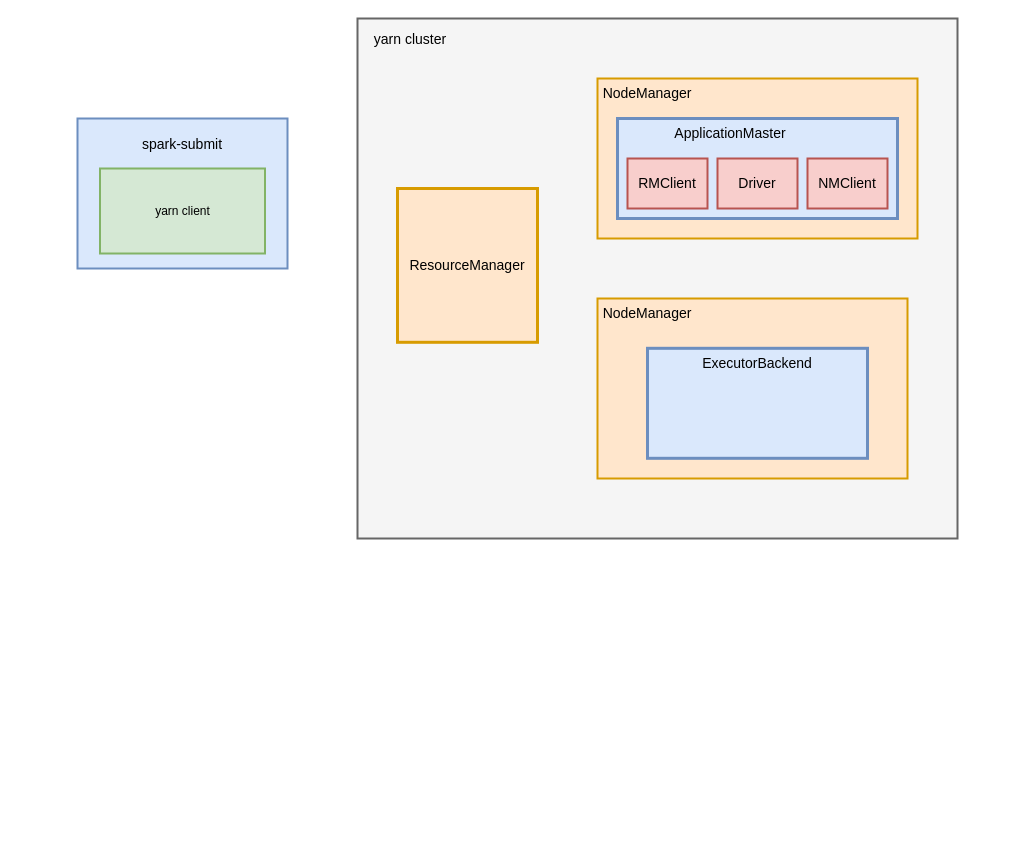
Above: spark-cluster模式任务提交流程.drawio in wroldchinalee/drawio (draw.io), before the change. Source tidied: cells renumbered, new cells numbered last; positions are measured from the earlier drawing's top-left corner, leaving out a move shared by most shapes. Both pictures are drawn from the tidied source at 100%, with x=0, y=0 at pixel (77, 18).
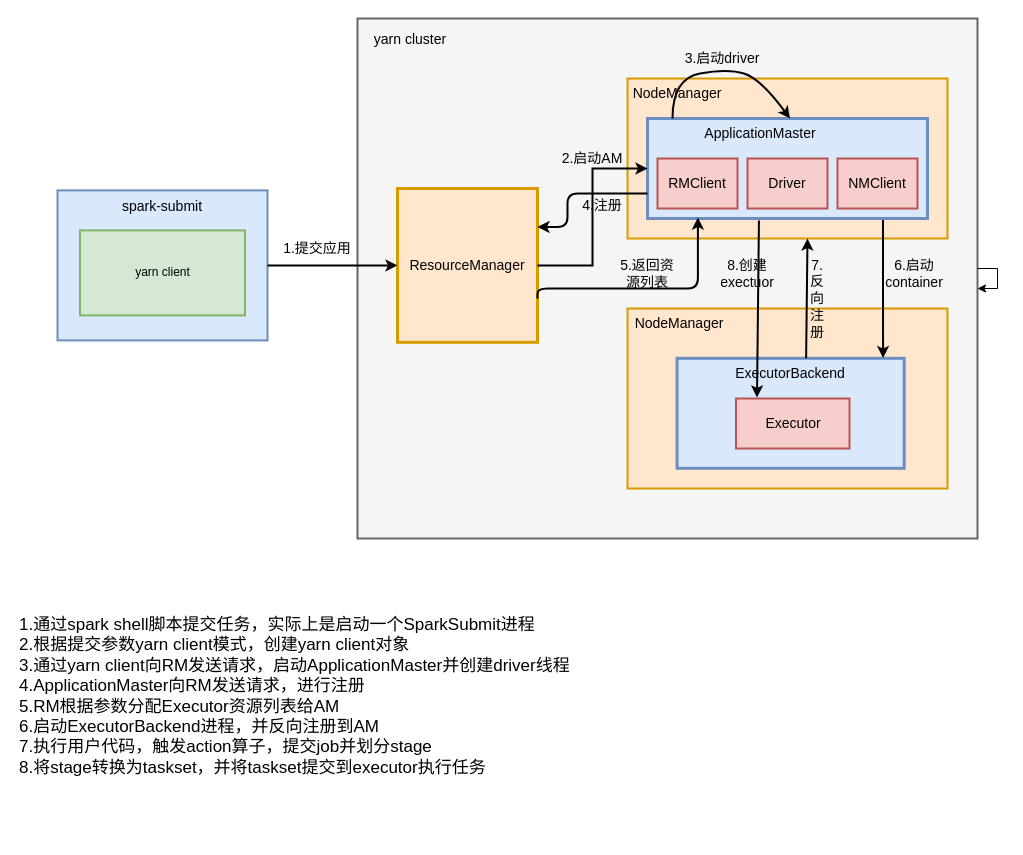
The same diagram, later.

Commit message:
更新spark-cluster模式任务提交流程.drawio

What changed in the source:
```diff
@@
+    <mxCell id="5" style="rounded=0;whiteSpace=wrap;html=1;strokeWidth=2;fillColor=#f5f5f5;fontColor=#333333;strokeColor=#666666;" parent="1" vertex="1">
+      <mxGeometry x="280" width="620" height="520" as="geometry" />
+    </mxCell>
+    <mxCell id="6" value="&lt;font style=&quot;font-size: 14px;&quot;&gt;yarn cluster&lt;/font&gt;" style="text;html=1;strokeColor=none;fillColor=none;align=center;verticalAlign=middle;whiteSpace=wrap;rounded=0;strokeWidth=2;" parent="1" vertex="1">
+      <mxGeometry x="288" y="6" width="90" height="30" as="geometry" />
+    </mxCell>
+    <mxCell id="9" value="ResourceManager" style="rounded=0;whiteSpace=wrap;html=1;strokeWidth=3;fontSize=14;fillColor=#ffe6cc;strokeColor=#d79b00;" parent="1" vertex="1">
+      <mxGeometry x="320" y="170" width="140" height="153.8" as="geometry" />
+    </mxCell>
+    <mxCell id="19" style="group;" parent="1" vertex="1">
+      <mxGeometry x="-20" y="171.9" width="210" height="150" as="geometry" />
+    </mxCell>
-    <mxCell id="2" style="rounded=0;whiteSpace=wrap;html=1;fillColor=#dae8fc;strokeColor=#6c8ebf;strokeWidth=2;" parent="1" vertex="1">
-      <mxGeometry y="100" width="210" height="150" as="geometry" />
+    <mxCell id="2" style="rounded=0;whiteSpace=wrap;html=1;fillColor=#dae8fc;strokeColor=#6c8ebf;strokeWidth=2;" parent="19" vertex="1">
+      <mxGeometry width="210" height="150" as="geometry" />
     </mxCell>
-    <mxCell id="3" value="&lt;font style=&quot;font-size: 14px;&quot;&gt;spark-submit&lt;/font&gt;" style="text;html=1;strokeColor=none;fillColor=none;align=center;verticalAlign=middle;whiteSpace=wrap;rounded=0;strokeWidth=2;" parent="1" vertex="1">
-      <mxGeometry x="60" y="116" width="90" height="20" as="geometry" />
+    <mxCell id="3" value="&lt;font style=&quot;font-size: 14px;&quot;&gt;spark-submit&lt;/font&gt;" style="text;html=1;strokeColor=none;fillColor=none;align=center;verticalAlign=middle;whiteSpace=wrap;rounded=0;strokeWidth=2;" parent="19" vertex="1">
+      <mxGeometry x="60" y="6" width="90" height="20" as="geometry" />
     </mxCell>
-    <mxCell id="4" value="yarn client" style="rounded=0;whiteSpace=wrap;html=1;strokeWidth=2;fillColor=#d5e8d4;strokeColor=#82b366;" parent="1" vertex="1">
-      <mxGeometry x="22.5" y="150" width="165" height="85" as="geometry" />
+    <mxCell id="4" value="yarn client" style="rounded=0;whiteSpace=wrap;html=1;strokeWidth=2;fillColor=#d5e8d4;strokeColor=#82b366;" parent="19" vertex="1">
+      <mxGeometry x="22.5" y="40" width="165" height="85" as="geometry" />
     </mxCell>
-    <mxCell id="5" style="rounded=0;whiteSpace=wrap;html=1;strokeWidth=2;fillColor=#f5f5f5;fontColor=#333333;strokeColor=#666666;" parent="1" vertex="1">
-      <mxGeometry x="280" width="600" height="520" as="geometry" />
-    </mxCell>
-    <mxCell id="6" value="&lt;font style=&quot;font-size: 14px;&quot;&gt;yarn cluster&lt;/font&gt;" style="text;html=1;strokeColor=none;fillColor=none;align=center;verticalAlign=middle;whiteSpace=wrap;rounded=0;strokeWidth=2;" parent="1" vertex="1">
-      <mxGeometry x="288" y="6" width="90" height="30" as="geometry" />
-    </mxCell>
+    <mxCell id="20" style="edgeStyle=orthogonalEdgeStyle;rounded=0;jettySize=auto;html=1;fontSize=14;strokeWidth=2;" parent="1" edge="1" source="2" target="9">
+      <mxGeometry relative="1" as="geometry" />
+    </mxCell>
+    <mxCell id="21" style="edgeStyle=orthogonalEdgeStyle;rounded=0;orthogonalLoop=1;jettySize=auto;html=1;fontSize=14;" parent="1" edge="1" source="5" target="5">
+      <mxGeometry relative="1" as="geometry" />
+    </mxCell>
+    <mxCell id="22" value="1.提交应用" style="text;html=1;strokeColor=none;fillColor=none;align=center;verticalAlign=middle;whiteSpace=wrap;rounded=0;strokeWidth=2;fontSize=14;" parent="1" vertex="1">
+      <mxGeometry x="200" y="220" width="80" height="20" as="geometry" />
+    </mxCell>
+    <mxCell id="23" value="2.启动AM" style="text;html=1;strokeColor=none;fillColor=none;align=center;verticalAlign=middle;whiteSpace=wrap;rounded=0;strokeWidth=2;fontSize=14;" parent="1" vertex="1">
+      <mxGeometry x="480" y="125" width="70" height="30" as="geometry" />
+    </mxCell>
+    <mxCell id="24" style="group;" parent="1" vertex="1">
+      <mxGeometry x="550" y="60" width="320" height="160" as="geometry" />
+    </mxCell>
-    <mxCell id="7" style="rounded=0;whiteSpace=wrap;html=1;strokeWidth=2;fontSize=14;fillColor=#ffe6cc;strokeColor=#d79b00;" parent="1" vertex="1">
-      <mxGeometry x="520" y="60" width="320" height="160" as="geometry" />
+    <mxCell id="7" style="rounded=0;whiteSpace=wrap;html=1;strokeWidth=2;fontSize=14;fillColor=#ffe6cc;strokeColor=#d79b00;" parent="24" vertex="1">
+      <mxGeometry width="320" height="160" as="geometry" />
     </mxCell>
-    <mxCell id="8" style="rounded=0;whiteSpace=wrap;html=1;strokeWidth=2;fontSize=14;fillColor=#ffe6cc;strokeColor=#d79b00;" parent="1" vertex="1">
-      <mxGeometry x="520" y="280" width="310" height="180" as="geometry" />
-    </mxCell>
-    <mxCell id="9" value="ResourceManager" style="rounded=0;whiteSpace=wrap;html=1;strokeWidth=3;fontSize=14;fillColor=#ffe6cc;strokeColor=#d79b00;" parent="1" vertex="1">
-      <mxGeometry x="320" y="170" width="140" height="153.8" as="geometry" />
-    </mxCell>
-    <mxCell id="10" value="NodeManager" style="text;html=1;strokeColor=none;fillColor=none;align=center;verticalAlign=middle;whiteSpace=wrap;rounded=0;strokeWidth=3;fontSize=14;" parent="1" vertex="1">
-      <mxGeometry x="540" y="60" width="60" height="30" as="geometry" />
+    <mxCell id="10" value="NodeManager" style="text;html=1;strokeColor=none;fillColor=none;align=center;verticalAlign=middle;whiteSpace=wrap;rounded=0;strokeWidth=3;fontSize=14;" parent="24" vertex="1">
+      <mxGeometry x="20" width="60" height="30" as="geometry" />
     </mxCell>
-    <mxCell id="11" value="NodeManager" style="text;html=1;strokeColor=none;fillColor=none;align=center;verticalAlign=middle;whiteSpace=wrap;rounded=0;strokeWidth=3;fontSize=14;" parent="1" vertex="1">
-      <mxGeometry x="540" y="280" width="60" height="30" as="geometry" />
-    </mxCell>
-    <mxCell id="12" style="rounded=0;whiteSpace=wrap;html=1;strokeWidth=3;fontSize=14;fillColor=#dae8fc;strokeColor=#6c8ebf;" parent="1" vertex="1">
-      <mxGeometry x="540" y="100" width="280" height="100" as="geometry" />
+    <mxCell id="12" style="rounded=0;whiteSpace=wrap;html=1;strokeWidth=3;fontSize=14;fillColor=#dae8fc;strokeColor=#6c8ebf;" parent="24" vertex="1">
+      <mxGeometry x="20" y="40" width="280" height="100" as="geometry" />
     </mxCell>
-    <mxCell id="13" style="rounded=0;whiteSpace=wrap;html=1;strokeWidth=3;fontSize=14;fillColor=#dae8fc;strokeColor=#6c8ebf;" parent="1" vertex="1">
-      <mxGeometry x="570" y="329.8" width="220" height="110" as="geometry" />
-    </mxCell>
-    <mxCell id="14" value="ApplicationMaster" style="text;html=1;strokeColor=none;fillColor=none;align=center;verticalAlign=middle;whiteSpace=wrap;rounded=0;strokeWidth=3;fontSize=14;" parent="1" vertex="1">
-      <mxGeometry x="622.5" y="100" width="60" height="30" as="geometry" />
+    <mxCell id="14" value="ApplicationMaster" style="text;html=1;strokeColor=none;fillColor=none;align=center;verticalAlign=middle;whiteSpace=wrap;rounded=0;strokeWidth=3;fontSize=14;" parent="24" vertex="1">
+      <mxGeometry x="102.5" y="40" width="60" height="30" as="geometry" />
     </mxCell>
-    <mxCell id="15" value="ExecutorBackend" style="text;html=1;strokeColor=none;fillColor=none;align=center;verticalAlign=middle;whiteSpace=wrap;rounded=0;strokeWidth=3;fontSize=14;" parent="1" vertex="1">
-      <mxGeometry x="650" y="329.8" width="60" height="30" as="geometry" />
-    </mxCell>
-    <mxCell id="16" value="RMClient" style="rounded=0;whiteSpace=wrap;html=1;strokeWidth=2;fontSize=14;fillColor=#f8cecc;strokeColor=#b85450;" parent="1" vertex="1">
-      <mxGeometry x="550" y="140" width="80" height="50" as="geometry" />
+    <mxCell id="16" value="RMClient" style="rounded=0;whiteSpace=wrap;html=1;strokeWidth=2;fontSize=14;fillColor=#f8cecc;strokeColor=#b85450;" parent="24" vertex="1">
+      <mxGeometry x="30" y="80" width="80" height="50" as="geometry" />
     </mxCell>
-    <mxCell id="17" value="Driver" style="rounded=0;whiteSpace=wrap;html=1;strokeWidth=2;fontSize=14;fillColor=#f8cecc;strokeColor=#b85450;" parent="1" vertex="1">
-      <mxGeometry x="640" y="140" width="80" height="50" as="geometry" />
+    <mxCell id="17" value="Driver" style="rounded=0;whiteSpace=wrap;html=1;strokeWidth=2;fontSize=14;fillColor=#f8cecc;strokeColor=#b85450;" parent="24" vertex="1">
+      <mxGeometry x="120" y="80" width="80" height="50" as="geometry" />
     </mxCell>
-    <mxCell id="18" value="NMClient" style="rounded=0;whiteSpace=wrap;html=1;strokeWidth=2;fontSize=14;fillColor=#f8cecc;strokeColor=#b85450;" parent="1" vertex="1">
-      <mxGeometry x="730" y="140" width="80" height="50" as="geometry" />
+    <mxCell id="18" value="NMClient" style="rounded=0;whiteSpace=wrap;html=1;strokeWidth=2;fontSize=14;fillColor=#f8cecc;strokeColor=#b85450;" parent="24" vertex="1">
+      <mxGeometry x="210" y="80" width="80" height="50" as="geometry" />
     </mxCell>
+    <mxCell id="25" style="endArrow=classic;html=1;strokeWidth=2;fontSize=14;entryX=1;entryY=0;entryDx=0;entryDy=0;curved=1;" parent="24" edge="1">
+      <mxGeometry relative="1" as="geometry">
+        <mxPoint x="45" y="40" as="sourcePoint" />
+        <mxPoint x="162.5" y="40" as="targetPoint" />
+        <Array as="points">
+          <mxPoint x="45" />
+          <mxPoint x="100" y="-10" />
+          <mxPoint x="133" />
+        </Array>
+      </mxGeometry>
+    </mxCell>
+    <mxCell id="26" style="group;" parent="1" vertex="1">
+      <mxGeometry x="550" y="290" width="320" height="180" as="geometry" />
+    </mxCell>
+    <mxCell id="8" style="rounded=0;whiteSpace=wrap;html=1;strokeWidth=2;fontSize=14;fillColor=#ffe6cc;strokeColor=#d79b00;" parent="26" vertex="1">
+      <mxGeometry width="320" height="180" as="geometry" />
+    </mxCell>
+    <mxCell id="11" value="NodeManager" style="text;html=1;strokeColor=none;fillColor=none;align=center;verticalAlign=middle;whiteSpace=wrap;rounded=0;strokeWidth=3;fontSize=14;" parent="26" vertex="1">
+      <mxGeometry x="20.6" width="61.9" height="30" as="geometry" />
+    </mxCell>
+    <mxCell id="13" style="rounded=0;whiteSpace=wrap;html=1;strokeWidth=3;fontSize=14;fillColor=#dae8fc;strokeColor=#6c8ebf;" parent="26" vertex="1">
+      <mxGeometry x="49.6" y="49.8" width="227.1" height="110" as="geometry" />
+    </mxCell>
+    <mxCell id="15" value="ExecutorBackend" style="text;html=1;strokeColor=none;fillColor=none;align=center;verticalAlign=middle;whiteSpace=wrap;rounded=0;strokeWidth=3;fontSize=14;" parent="26" vertex="1">
+      <mxGeometry x="132.2" y="49.8" width="61.9" height="30" as="geometry" />
+    </mxCell>
+    <mxCell id="27" value="Executor" style="rounded=0;whiteSpace=wrap;html=1;strokeWidth=2;fontSize=14;fillColor=#f8cecc;strokeColor=#b85450;" parent="26" vertex="1">
+      <mxGeometry x="108.5" y="90" width="113.5" height="50" as="geometry" />
+    </mxCell>
+    <mxCell id="28" style="edgeStyle=orthogonalEdgeStyle;rounded=0;jettySize=auto;html=1;entryX=0;entryY=0.5;entryDx=0;entryDy=0;strokeWidth=2;fontSize=14;" parent="1" edge="1" source="9" target="12">
+      <mxGeometry relative="1" as="geometry" />
+    </mxCell>
+    <mxCell id="29" value="3.启动driver" style="text;html=1;strokeColor=none;fillColor=none;align=center;verticalAlign=middle;whiteSpace=wrap;rounded=0;strokeWidth=2;fontSize=14;" parent="1" vertex="1">
+      <mxGeometry x="600" y="30" width="90" height="20" as="geometry" />
+    </mxCell>
+    <mxCell id="30" style="edgeStyle=orthogonalEdgeStyle;jettySize=auto;html=1;entryX=1;entryY=0.25;entryDx=0;entryDy=0;strokeWidth=2;fontSize=14;exitX=0;exitY=0.75;exitDx=0;exitDy=0;" parent="1" edge="1" source="12" target="9">
+      <mxGeometry relative="1" as="geometry">
+        <Array as="points">
+          <mxPoint x="490" y="175" />
+          <mxPoint x="490" y="208" />
+        </Array>
+      </mxGeometry>
+    </mxCell>
+    <mxCell id="31" value="4.注册" style="text;html=1;strokeColor=none;fillColor=none;align=center;verticalAlign=middle;whiteSpace=wrap;rounded=0;strokeWidth=2;fontSize=14;" parent="1" vertex="1">
+      <mxGeometry x="490" y="171.9" width="70" height="30" as="geometry" />
+    </mxCell>
+    <mxCell id="32" style="edgeStyle=orthogonalEdgeStyle;jettySize=auto;html=1;entryX=0.907;entryY=-0.002;entryDx=0;entryDy=0;entryPerimeter=0;strokeWidth=2;fontSize=14;exitX=0.841;exitY=1.015;exitDx=0;exitDy=0;exitPerimeter=0;" parent="1" edge="1" source="12" target="13">
+      <mxGeometry relative="1" as="geometry" />
+    </mxCell>
+    <mxCell id="33" value="5.返回资源列表" style="text;html=1;strokeColor=none;fillColor=none;align=center;verticalAlign=middle;whiteSpace=wrap;rounded=0;strokeWidth=2;fontSize=14;" parent="1" vertex="1">
+      <mxGeometry x="540" y="240" width="60" height="30" as="geometry" />
+    </mxCell>
+    <mxCell id="34" style="endArrow=classic;html=1;strokeWidth=2;fontSize=14;entryX=0.18;entryY=0.99;entryDx=0;entryDy=0;entryPerimeter=0;edgeStyle=orthogonalEdgeStyle;" parent="1" edge="1" target="12">
+      <mxGeometry relative="1" as="geometry">
+        <mxPoint x="460" y="280" as="sourcePoint" />
+        <Array as="points">
+          <mxPoint x="460" y="270" />
+          <mxPoint x="620" y="270" />
+        </Array>
+      </mxGeometry>
+    </mxCell>
+    <mxCell id="35" value="6.启动container" style="text;html=1;strokeColor=none;fillColor=none;align=center;verticalAlign=middle;whiteSpace=wrap;rounded=0;strokeWidth=2;fontSize=14;" parent="1" vertex="1">
+      <mxGeometry x="807" y="240" width="60" height="30" as="geometry" />
+    </mxCell>
+    <mxCell id="36" style="endArrow=classic;html=1;strokeWidth=2;fontSize=14;exitX=0.75;exitY=0;exitDx=0;exitDy=0;" parent="1" edge="1" source="15">
+      <mxGeometry relative="1" as="geometry">
+        <mxPoint x="730" y="220" as="targetPoint" />
+      </mxGeometry>
+    </mxCell>
+    <mxCell id="37" value="7.反向注册" style="text;html=1;strokeColor=none;fillColor=none;align=center;verticalAlign=middle;whiteSpace=wrap;rounded=0;strokeWidth=2;fontSize=14;" parent="1" vertex="1">
+      <mxGeometry x="730" y="260" width="20" height="40" as="geometry" />
+    </mxCell>
+    <mxCell id="38" style="endArrow=classic;html=1;strokeWidth=2;fontSize=14;exitX=0.398;exitY=1.02;exitDx=0;exitDy=0;exitPerimeter=0;entryX=0.185;entryY=-0.02;entryDx=0;entryDy=0;entryPerimeter=0;" parent="1" edge="1" source="12" target="27">
+      <mxGeometry x="1" y="-182" relative="1" as="geometry">
+        <mxPoint x="51" y="-98" as="offset" />
+      </mxGeometry>
+    </mxCell>
+    <mxCell id="39" value="8.创建exectuor" style="text;html=1;strokeColor=none;fillColor=none;align=center;verticalAlign=middle;whiteSpace=wrap;rounded=0;strokeWidth=2;fontSize=14;" parent="1" vertex="1">
+      <mxGeometry x="640" y="240" width="60" height="30" as="geometry" />
+    </mxCell>
+    <mxCell id="40" value="&lt;font style=&quot;font-size: 17px;&quot;&gt;1.通过spark shell脚本提交任务，实际上是启动一个SparkSubmit进程&lt;br&gt;2.根据提交参数yarn client模式，创建yarn client对象&lt;br&gt;3.通过yarn client向RM发送请求，启动ApplicationMaster并创建driver线程&lt;br&gt;4.ApplicationMaster向RM发送请求，进行注册&lt;br&gt;5.RM根据参数分配Executor资源列表给AM&lt;br&gt;6.启动ExecutorBackend进程，并反向注册到AM&lt;br&gt;7.执行用户代码，触发action算子，提交job并划分stage&lt;br&gt;8.将stage转换为taskset，并将taskset提交到executor执行任务&lt;/font&gt;" style="text;html=1;strokeColor=none;fillColor=none;align=left;verticalAlign=top;whiteSpace=wrap;rounded=0;strokeWidth=2;fontSize=14;" parent="1" vertex="1">
+      <mxGeometry x="-60" y="590" width="560" height="230" as="geometry" />
+    </mxCell>
```
